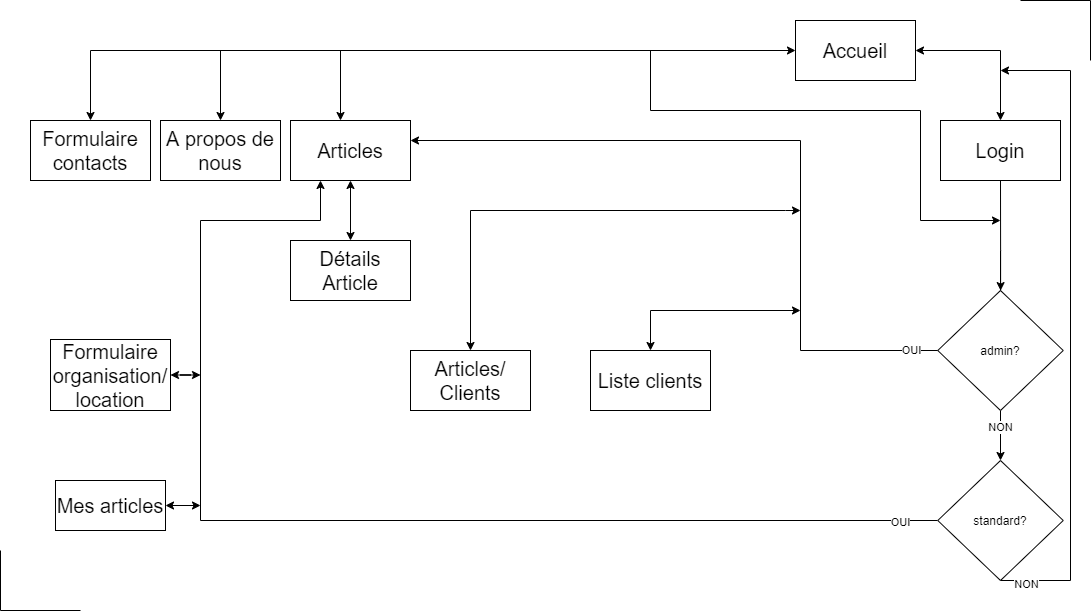
johnnyvaca/decoKerly keeps this draw.io diagram as Documentation/structureSite/structureSite.png. Above is the earlier version. Source tidied: cells renumbered, new cells last; positions are measured from the earlier drawing's top-left corner, leaving out a move shared by most shapes.
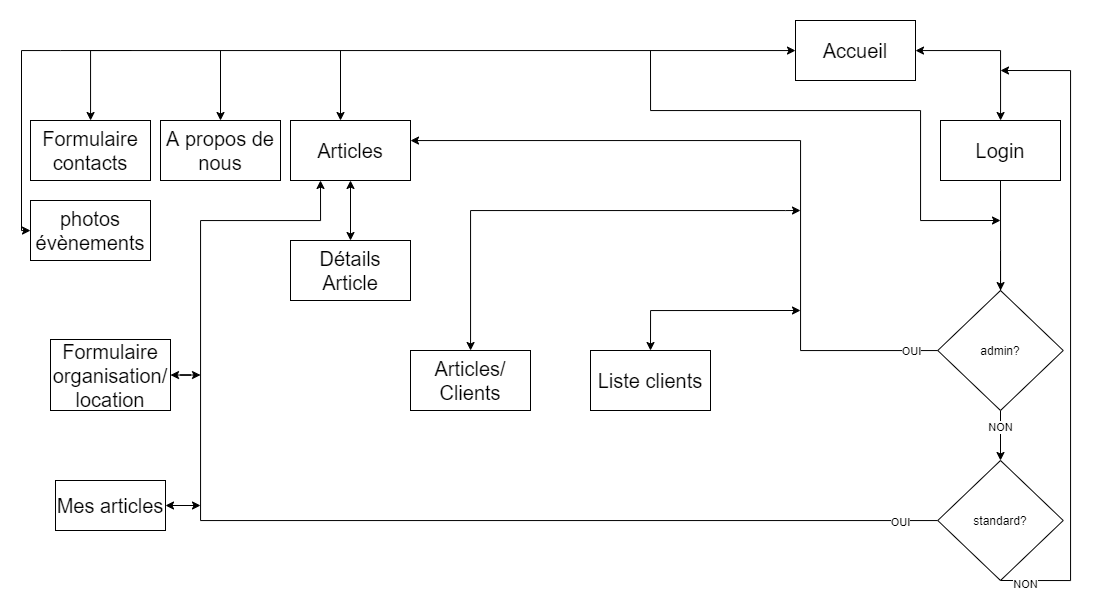
The same diagram one commit later.

What changed in the source:
```diff
@@ -150,7 +150,7 @@
     <mxCell id="32" value="standard?" style="rhombus;whiteSpace=wrap;html=1;" parent="1" vertex="1">
       <mxGeometry x="937.2" y="460" width="125.5" height="120" as="geometry" />
     </mxCell>
-    <mxCell id="33" style="edgeStyle=orthogonalEdgeStyle;rounded=0;orthogonalLoop=1;jettySize=auto;html=1;startArrow=none;startFill=0;startSize=6;sourcePerimeterSpacing=0;endArrow=none;endFill=0;endSize=6;targetPerimeterSpacing=0;strokeWidth=1;" parent="1" edge="1">
+    <mxCell id="33" style="edgeStyle=orthogonalEdgeStyle;rounded=0;orthogonalLoop=1;jettySize=auto;html=1;startArrow=none;startFill=0;startSize=6;sourcePerimeterSpacing=0;endArrow=none;endFill=0;endSize=6;targetPerimeterSpacing=0;strokeWidth=1;strokeColor=none;" parent="1" edge="1">
       <mxGeometry relative="1" as="geometry">
         <mxPoint x="80" y="610" as="sourcePoint" />
         <mxPoint y="550" as="targetPoint" />
@@ -159,7 +159,7 @@
         </Array>
       </mxGeometry>
     </mxCell>
-    <mxCell id="34" style="edgeStyle=orthogonalEdgeStyle;rounded=0;orthogonalLoop=1;jettySize=auto;html=1;startArrow=none;startFill=0;startSize=6;sourcePerimeterSpacing=0;endArrow=none;endFill=0;endSize=6;targetPerimeterSpacing=0;strokeWidth=1;" parent="1" edge="1">
+    <mxCell id="34" style="edgeStyle=orthogonalEdgeStyle;rounded=0;orthogonalLoop=1;jettySize=auto;html=1;startArrow=none;startFill=0;startSize=6;sourcePerimeterSpacing=0;endArrow=none;endFill=0;endSize=6;targetPerimeterSpacing=0;strokeWidth=1;strokeColor=none;" parent="1" edge="1">
       <mxGeometry relative="1" as="geometry">
         <mxPoint x="1090" y="60" as="sourcePoint" />
         <mxPoint x="1020" as="targetPoint" />
@@ -169,5 +169,18 @@
         </Array>
       </mxGeometry>
     </mxCell>
+    <mxCell id="35" style="edgeStyle=orthogonalEdgeStyle;rounded=0;jettySize=auto;html=1;endArrow=none;endFill=0;startArrow=classic;startFill=1;" parent="1" edge="1" source="36">
+      <mxGeometry relative="1" as="geometry">
+        <mxPoint x="131" y="50" as="targetPoint" />
+        <Array as="points">
+          <mxPoint x="21" y="230" />
+          <mxPoint x="21" y="50" />
+          <mxPoint x="60" y="50" />
+        </Array>
+      </mxGeometry>
+    </mxCell>
+    <mxCell id="36" value="photos évènements" style="rounded=0;whiteSpace=wrap;html=1;fontSize=20;" parent="1" vertex="1">
+      <mxGeometry x="30" y="200" width="120" height="60" as="geometry" />
+    </mxCell>
   </root>
 </mxGraphModel>
```
